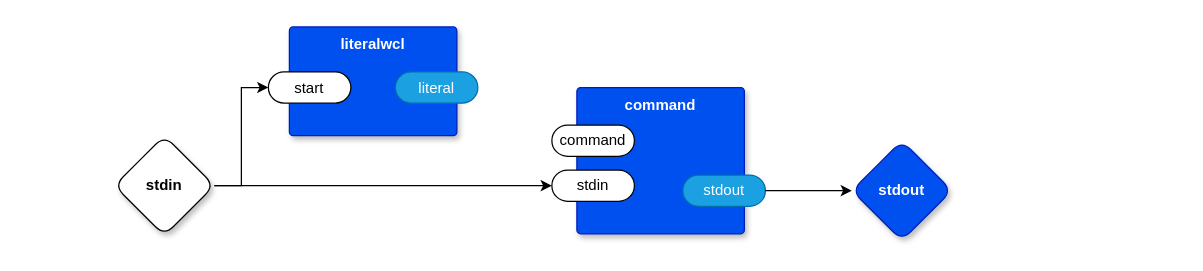
Before: page "softwcl" (5 of 5) of vsh.drawio in guitarvydas/odin0d, a draw.io diagram. Source tidied: cells renumbered, new cells numbered last; positions are measured from the earlier drawing's top-left corner, leaving out a move shared by most shapes. Both pictures are drawn from the tidied source at 125%, with x=0, y=0 at pixel (114, 26).
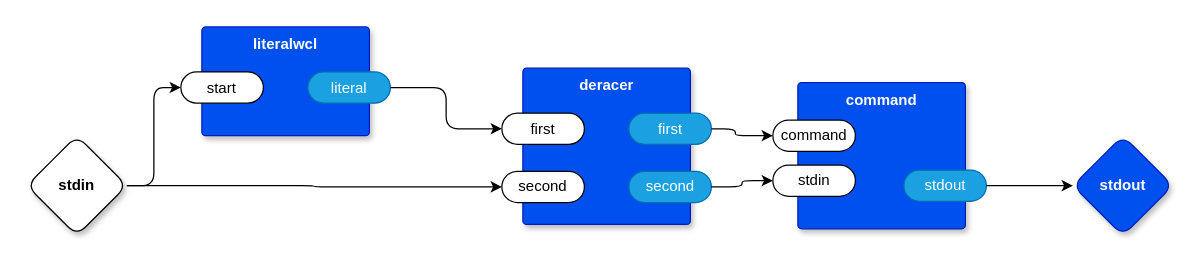
The same page after the edit.

Commit message (it also covers changes not shown here):
deracer with stubbed out send_first_then_second

Unchanged cells that the change refers to:
```xml
<mxCell id="3" value="stdin" style="rounded=1;whiteSpace=wrap;html=1;sketch=0;points=[[0,0.5,0,0,0],[1,0.5,0,0,0]];arcSize=50;" parent="2" vertex="1">
  <mxGeometry x="-20" y="66" width="66" height="25" as="geometry" />
</mxCell>
<mxCell id="5" value="command" style="rounded=1;whiteSpace=wrap;html=1;sketch=0;points=[[0,0.5,0,0,0],[1,0.5,0,0,0]];arcSize=50;" parent="2" vertex="1">
  <mxGeometry x="-20" y="30" width="66" height="25" as="geometry" />
</mxCell>
<mxCell id="12" value="start" style="rounded=1;whiteSpace=wrap;html=1;sketch=0;points=[[0,0.5,0,0,0],[1,0.5,0,0,0]];arcSize=50;" parent="11" vertex="1">
  <mxGeometry x="-16.8" y="36" width="66" height="25" as="geometry" />
</mxCell>
<mxCell id="13" value="literal" style="rounded=1;whiteSpace=wrap;html=1;sketch=0;points=[[0,0.5,0,0,0],[1,0.5,0,0,0]];fillColor=#1ba1e2;fontColor=#ffffff;strokeColor=#006EAF;arcSize=50;" parent="11" vertex="1">
  <mxGeometry x="84.8" y="36" width="66" height="25" as="geometry" />
</mxCell>
```

Diff of the diagram source:
```diff
@@
     <mxCell id="2" value="command" style="rounded=1;whiteSpace=wrap;html=1;sketch=0;verticalAlign=top;arcSize=6;fontStyle=1;absoluteArcSize=1;shadow=1;strokeColor=#001DBC;fillColor=#0050ef;fontColor=#ffffff;" parent="1" vertex="1">
-      <mxGeometry x="370" y="48.5" width="134" height="117" as="geometry" />
+      <mxGeometry x="546.8" y="44.5" width="134" height="117" as="geometry" />
     </mxCell>
@@
-    <mxCell id="6" style="edgeStyle=orthogonalEdgeStyle;rounded=0;jettySize=auto;html=1;" parent="1" edge="1" source="8" target="3">
-      <mxGeometry relative="1" as="geometry" />
-    </mxCell>
-    <mxCell id="7" style="edgeStyle=orthogonalEdgeStyle;rounded=0;jettySize=auto;html=1;exitX=1;exitY=0.5;exitDx=0;exitDy=0;exitPerimeter=0;entryX=0;entryY=0.5;entryDx=0;entryDy=0;entryPerimeter=0;" parent="1" edge="1" source="8" target="12">
+    <mxCell id="7" style="edgeStyle=orthogonalEdgeStyle;rounded=1;jettySize=auto;html=1;exitX=1;exitY=0.5;exitDx=0;exitDy=0;exitPerimeter=0;entryX=0;entryY=0.5;entryDx=0;entryDy=0;entryPerimeter=0;" parent="1" edge="1" source="8" target="12">
       <mxGeometry relative="1" as="geometry" />
     </mxCell>
+    <mxCell id="14" style="edgeStyle=orthogonalEdgeStyle;rounded=1;jettySize=auto;html=1;exitX=1;exitY=0.5;exitDx=0;exitDy=0;exitPerimeter=0;entryX=0;entryY=0.5;entryDx=0;entryDy=0;entryPerimeter=0;" parent="1" edge="1" source="8" target="18">
+      <mxGeometry relative="1" as="geometry" />
+    </mxCell>
     <mxCell id="8" value="stdin" style="rhombus;whiteSpace=wrap;html=1;rounded=1;fontStyle=1;glass=0;sketch=0;fontSize=12;points=[[0,0.5,0,0,0],[0.5,0,0,0,0],[0.5,1,0,0,0],[1,0.5,0,0,0]];shadow=1;" parent="1" vertex="1">
-      <mxGeometry y="87" width="80" height="80" as="geometry" />
+      <mxGeometry x="-70" y="87" width="80" height="80" as="geometry" />
     </mxCell>
     <mxCell id="9" value="stdout" style="rhombus;whiteSpace=wrap;html=1;rounded=1;fillColor=#0050ef;fontColor=#ffffff;strokeColor=#001DBC;fontStyle=1;glass=0;sketch=0;fontSize=12;points=[[0,0.5,0,0,0],[0.5,0,0,0,0],[0.5,1,0,0,0],[1,0.5,0,0,0]];shadow=1;" parent="1" vertex="1">
-      <mxGeometry x="590" y="91" width="80" height="80" as="geometry" />
+      <mxGeometry x="766.8" y="87" width="80" height="80" as="geometry" />
     </mxCell>
@@
     <mxCell id="11" value="literalwcl" style="rounded=1;whiteSpace=wrap;html=1;sketch=0;verticalAlign=top;arcSize=6;fontStyle=1;absoluteArcSize=1;shadow=1;strokeColor=#001DBC;fillColor=#0050ef;fontColor=#ffffff;" parent="1" vertex="1">
-      <mxGeometry x="140" width="134" height="87" as="geometry" />
+      <mxGeometry x="70" width="134" height="87" as="geometry" />
     </mxCell>
@@
+    <mxCell id="15" value="deracer" style="rounded=1;whiteSpace=wrap;html=1;sketch=0;verticalAlign=top;arcSize=6;fontStyle=1;absoluteArcSize=1;shadow=1;strokeColor=#001DBC;fillColor=#0050ef;fontColor=#ffffff;" parent="1" vertex="1">
+      <mxGeometry x="326.8" y="33" width="134" height="125" as="geometry" />
+    </mxCell>
+    <mxCell id="16" value="first" style="rounded=1;whiteSpace=wrap;html=1;sketch=0;points=[[0,0.5,0,0,0],[1,0.5,0,0,0]];arcSize=50;" parent="15" vertex="1">
+      <mxGeometry x="-16.8" y="36" width="66" height="25" as="geometry" />
+    </mxCell>
+    <mxCell id="17" value="first" style="rounded=1;whiteSpace=wrap;html=1;sketch=0;points=[[0,0.5,0,0,0],[1,0.5,0,0,0]];fillColor=#1ba1e2;fontColor=#ffffff;strokeColor=#006EAF;arcSize=50;" parent="15" vertex="1">
+      <mxGeometry x="84.8" y="36" width="66" height="25" as="geometry" />
+    </mxCell>
+    <mxCell id="18" value="second" style="rounded=1;whiteSpace=wrap;html=1;sketch=0;points=[[0,0.5,0,0,0],[1,0.5,0,0,0]];arcSize=50;" parent="15" vertex="1">
+      <mxGeometry x="-16.8" y="82.5" width="66" height="25" as="geometry" />
+    </mxCell>
+    <mxCell id="19" value="second" style="rounded=1;whiteSpace=wrap;html=1;sketch=0;points=[[0,0.5,0,0,0],[1,0.5,0,0,0]];fillColor=#1ba1e2;fontColor=#ffffff;strokeColor=#006EAF;arcSize=50;" parent="15" vertex="1">
+      <mxGeometry x="84.8" y="82.5" width="66" height="25" as="geometry" />
+    </mxCell>
+    <mxCell id="20" style="edgeStyle=orthogonalEdgeStyle;rounded=1;jettySize=auto;html=1;exitX=1;exitY=0.5;exitDx=0;exitDy=0;exitPerimeter=0;entryX=0;entryY=0.5;entryDx=0;entryDy=0;entryPerimeter=0;" parent="1" edge="1" source="17" target="5">
+      <mxGeometry relative="1" as="geometry">
+        <Array as="points">
+          <mxPoint x="496.8" y="82" />
+          <mxPoint x="496.8" y="87" />
+        </Array>
+      </mxGeometry>
+    </mxCell>
+    <mxCell id="21" style="edgeStyle=orthogonalEdgeStyle;rounded=1;jettySize=auto;html=1;exitX=1;exitY=0.5;exitDx=0;exitDy=0;exitPerimeter=0;entryX=0;entryY=0.5;entryDx=0;entryDy=0;entryPerimeter=0;" parent="1" edge="1" source="19" target="3">
+      <mxGeometry relative="1" as="geometry" />
+    </mxCell>
+    <mxCell id="22" style="edgeStyle=orthogonalEdgeStyle;rounded=1;jettySize=auto;html=1;exitX=1;exitY=0.5;exitDx=0;exitDy=0;exitPerimeter=0;entryX=0;entryY=0.5;entryDx=0;entryDy=0;entryPerimeter=0;" parent="1" edge="1" source="13" target="16">
+      <mxGeometry relative="1" as="geometry" />
+    </mxCell>
```
